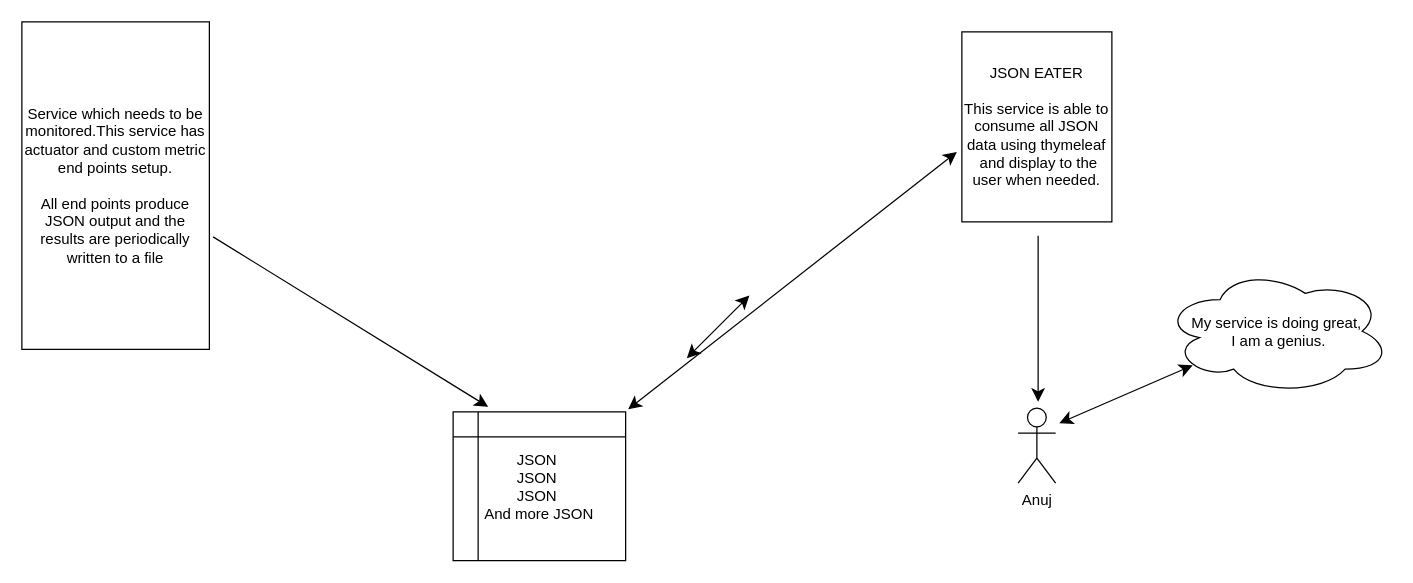
This is JSON Eater.drawio from anshuldevmehta/RandomDiagrams, a draw.io file, before an edit. Source tidied: cells renumbered, new cells numbered last; positions are measured from the earlier drawing's top-left corner, leaving out a move shared by most shapes. Both pictures are drawn from the tidied source at 125%, with x=0, y=0 at pixel (21, 21).
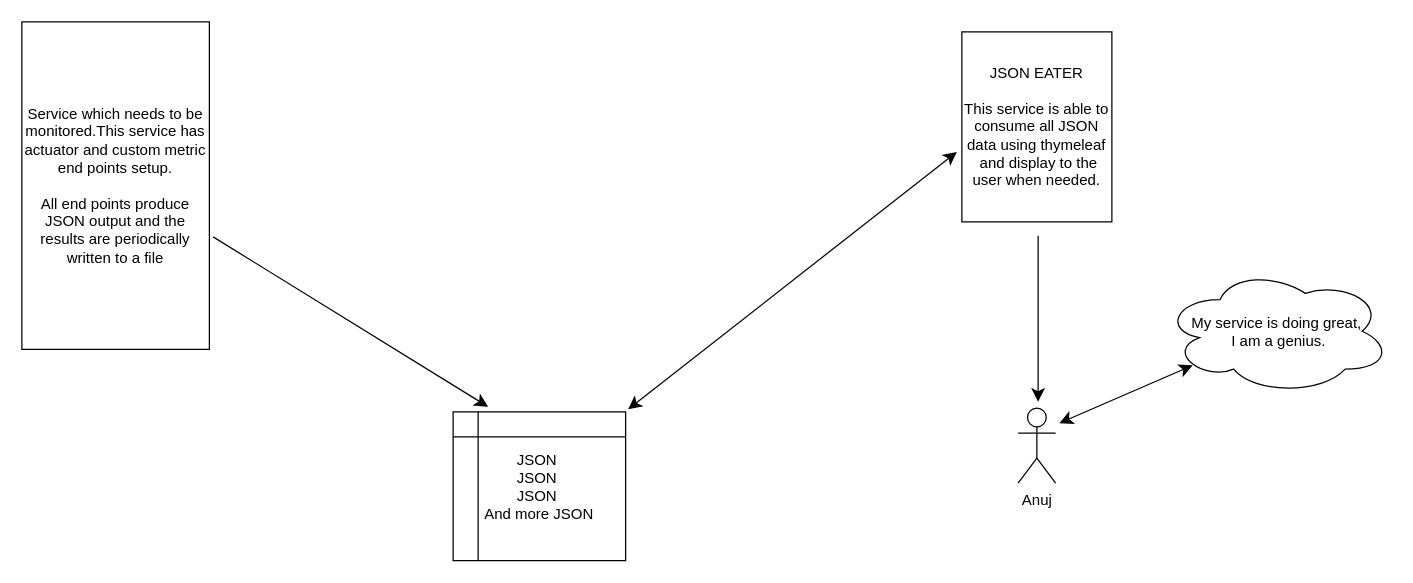
Above is the later version.

What changed in the source:
```diff
@@
 <mxGraphModel>
   <root>
     <mxCell id="0" />
     <mxCell id="1" parent="0" />
     <mxCell id="2" value="&lt;div&gt;Service which needs to be monitored.This service has actuator and custom metric end points setup.&lt;/div&gt;&lt;div&gt;&lt;br&gt;&lt;/div&gt;&lt;div&gt;All end points produce JSON output and the results are periodically written to a file&lt;br&gt;&lt;/div&gt;" style="rounded=0;whiteSpace=wrap;html=1;" parent="1" vertex="1">
       <mxGeometry width="150" height="262" as="geometry" />
     </mxCell>
     <mxCell id="3" value="&lt;div&gt;JSON&amp;nbsp;&lt;/div&gt;&lt;div&gt;JSON&amp;nbsp;&lt;/div&gt;&lt;div&gt;JSON&amp;nbsp;&lt;/div&gt;&lt;div&gt;And more JSON&lt;/div&gt;" style="shape=internalStorage;whiteSpace=wrap;html=1;backgroundOutline=1;" parent="1" vertex="1">
       <mxGeometry x="345" y="312" width="138" height="119" as="geometry" />
     </mxCell>
     <mxCell id="4" style="endArrow=classic;html=1;rounded=0;fontSize=12;startSize=8;endSize=8;curved=1;entryX=0.203;entryY=-0.034;entryDx=0;entryDy=0;entryPerimeter=0;" parent="1" edge="1" target="3">
       <mxGeometry relative="1" as="geometry">
         <mxPoint x="153" y="172" as="sourcePoint" />
       </mxGeometry>
     </mxCell>
     <mxCell id="5" value="&lt;div&gt;JSON EATER&lt;/div&gt;&lt;div&gt;&lt;br&gt;&lt;/div&gt;&lt;div&gt;This service is able to consume all JSON data using thymeleaf&lt;br&gt;&lt;/div&gt;&amp;nbsp;and display to the user when needed." style="rounded=0;whiteSpace=wrap;html=1;" parent="1" vertex="1">
       <mxGeometry x="752" y="8" width="120" height="152" as="geometry" />
     </mxCell>
     <mxCell id="6" style="endArrow=classic;startArrow=classic;html=1;rounded=0;fontSize=12;startSize=8;endSize=8;curved=1;" parent="1" edge="1">
       <mxGeometry relative="1" as="geometry">
         <mxPoint x="485" y="310" as="sourcePoint" />
         <mxPoint x="748" y="104" as="targetPoint" />
       </mxGeometry>
     </mxCell>
     <mxCell id="7" value="Anuj" style="shape=umlActor;verticalLabelPosition=bottom;verticalAlign=top;html=1;" parent="1" vertex="1">
       <mxGeometry x="797" y="309" width="30" height="60" as="geometry" />
     </mxCell>
-    <mxCell id="8" style="endArrow=classic;startArrow=classic;html=1;rounded=0;fontSize=12;startSize=8;endSize=8;curved=1;" parent="1" edge="1">
-      <mxGeometry relative="1" as="geometry">
-        <mxPoint x="532" y="269" as="sourcePoint" />
-        <mxPoint x="582" y="219" as="targetPoint" />
-      </mxGeometry>
-    </mxCell>
     <mxCell id="9" style="endArrow=classic;html=1;rounded=0;fontSize=12;startSize=8;endSize=8;curved=1;" parent="1" edge="1">
       <mxGeometry relative="1" as="geometry">
         <mxPoint x="813" y="171" as="sourcePoint" />
         <mxPoint x="813" y="304" as="targetPoint" />
       </mxGeometry>
     </mxCell>
     <mxCell id="10" value="&lt;div&gt;My service is doing great,&lt;/div&gt;&lt;div&gt;&amp;nbsp;I am a genius.&lt;/div&gt;" style="ellipse;shape=cloud;whiteSpace=wrap;html=1;" parent="1" vertex="1">
       <mxGeometry x="913" y="197" width="182" height="101" as="geometry" />
     </mxCell>
     <mxCell id="11" style="endArrow=classic;startArrow=classic;html=1;rounded=0;fontSize=12;startSize=8;endSize=8;curved=1;entryX=0.13;entryY=0.77;entryDx=0;entryDy=0;entryPerimeter=0;" parent="1" edge="1" target="10">
       <mxGeometry relative="1" as="geometry">
         <mxPoint x="830" y="321" as="sourcePoint" />
       </mxGeometry>
     </mxCell>
   </root>
 </mxGraphModel>
```
